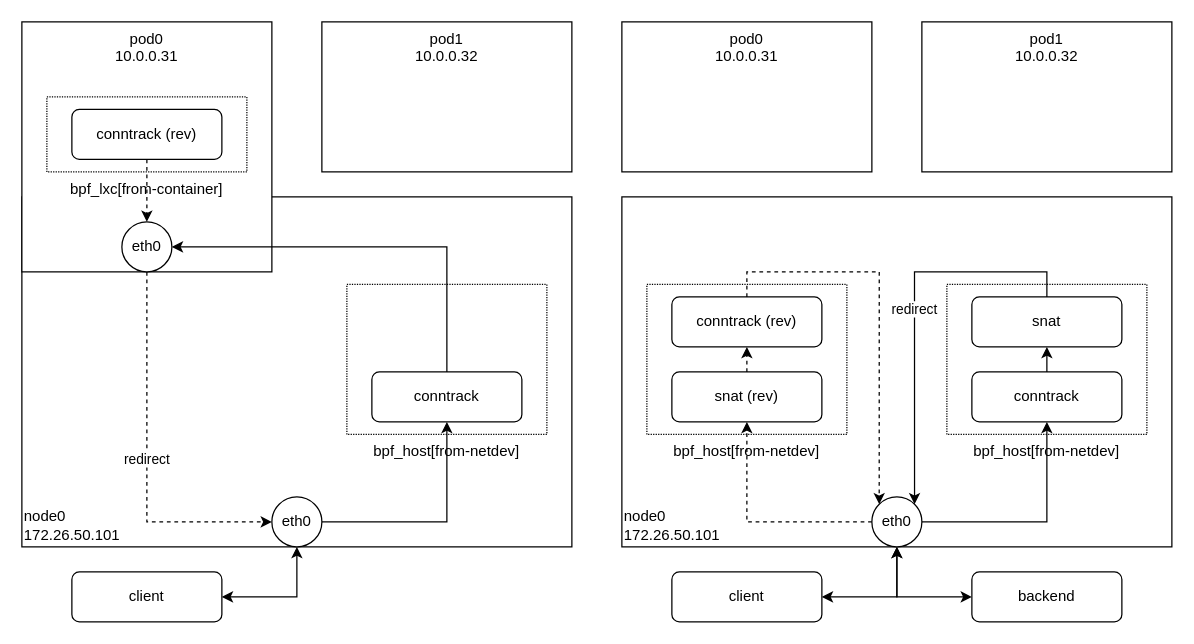
Above: page "nodeport.redirect.ipvlan" (10 of 10) of k8s.cilium/cilium.drawio in haruband/codebook (draw.io), before the change. Source tidied: cells renumbered, new cells numbered last; positions are measured from the earlier drawing's top-left corner, leaving out a move shared by most shapes. Both pictures are drawn from the tidied source at 125%, with x=0, y=0 at pixel (21, 21).
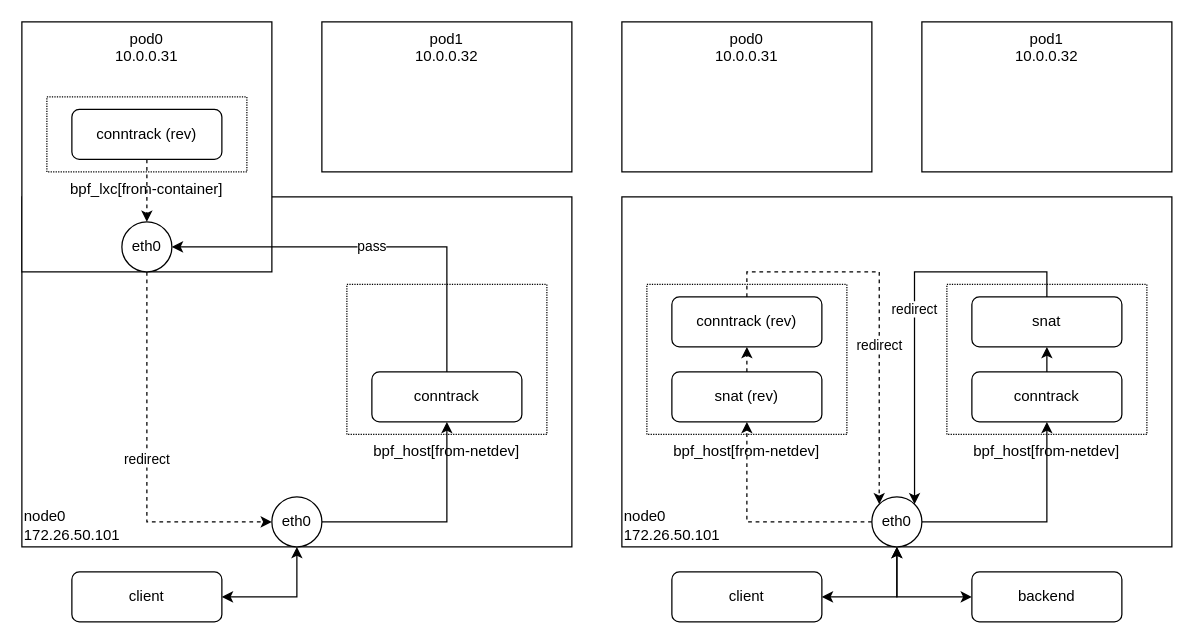
The same diagram, later.

The change refers to these unchanged cells:
```xml
<mxCell id="5" value="conntrack" style="rounded=1;whiteSpace=wrap;html=1;align=center;" parent="1" vertex="1">
  <mxGeometry x="280" y="280" width="120" height="40" as="geometry" />
</mxCell>
<mxCell id="18" value="eth0" style="ellipse;whiteSpace=wrap;html=1;fontSize=12;" parent="1" vertex="1">
  <mxGeometry x="680" y="380" width="40" height="40" as="geometry" />
</mxCell>
<mxCell id="22" value="conntrack (rev)" style="rounded=1;whiteSpace=wrap;html=1;align=center;" parent="1" vertex="1">
  <mxGeometry x="520" y="220" width="120" height="40" as="geometry" />
</mxCell>
<mxCell id="32" value="eth0" style="ellipse;whiteSpace=wrap;html=1;fontSize=12;" parent="1" vertex="1">
  <mxGeometry x="80" y="160" width="40" height="40" as="geometry" />
</mxCell>
```

What changed in the source:
```diff
@@
-    <mxCell id="21" style="edgeStyle=orthogonalEdgeStyle;rounded=0;jettySize=auto;html=1;exitX=0.5;exitY=0;exitDx=0;exitDy=0;entryX=0;entryY=0;entryDx=0;entryDy=0;startFill=0;dashed=1;" parent="1" edge="1" source="22" target="18">
-      <mxGeometry relative="1" as="geometry" />
+    <mxCell id="21" value="redirect" style="edgeStyle=orthogonalEdgeStyle;rounded=0;jettySize=auto;html=1;exitX=0.5;exitY=0;exitDx=0;exitDy=0;entryX=0;entryY=0;entryDx=0;entryDy=0;startFill=0;dashed=1;" parent="1" edge="1" source="22" target="18">
+      <mxGeometry x="0.19" relative="1" as="geometry" />
     </mxCell>
@@
-    <mxCell id="36" style="edgeStyle=orthogonalEdgeStyle;rounded=0;jettySize=auto;html=1;exitX=0.5;exitY=0;exitDx=0;exitDy=0;entryX=1;entryY=0.5;entryDx=0;entryDy=0;" parent="1" edge="1" source="5" target="32">
+    <mxCell id="36" value="pass" style="edgeStyle=orthogonalEdgeStyle;rounded=0;jettySize=auto;html=1;exitX=0.5;exitY=0;exitDx=0;exitDy=0;entryX=1;entryY=0.5;entryDx=0;entryDy=0;" parent="1" edge="1" source="5" target="32">
       <mxGeometry relative="1" as="geometry" />
     </mxCell>
```
